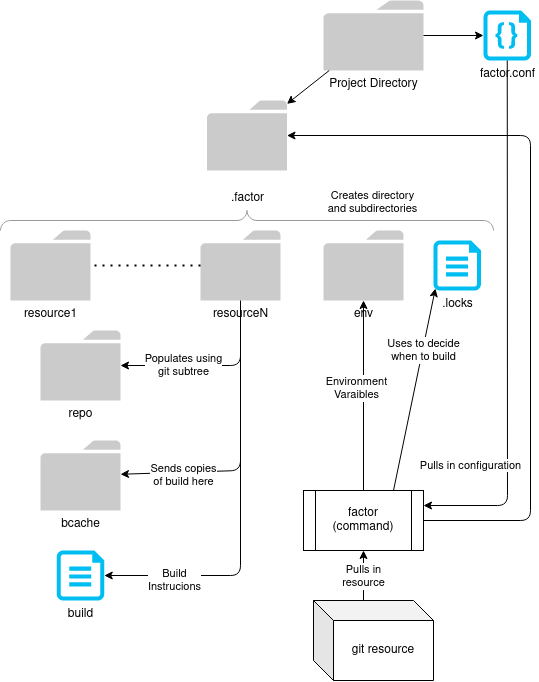
Above: factor.png in kodeschreiber/factor (draw.io), before the change. Source tidied: cells renumbered, new cells last; positions are measured from the earlier drawing's top-left corner, leaving out a move shared by most shapes.
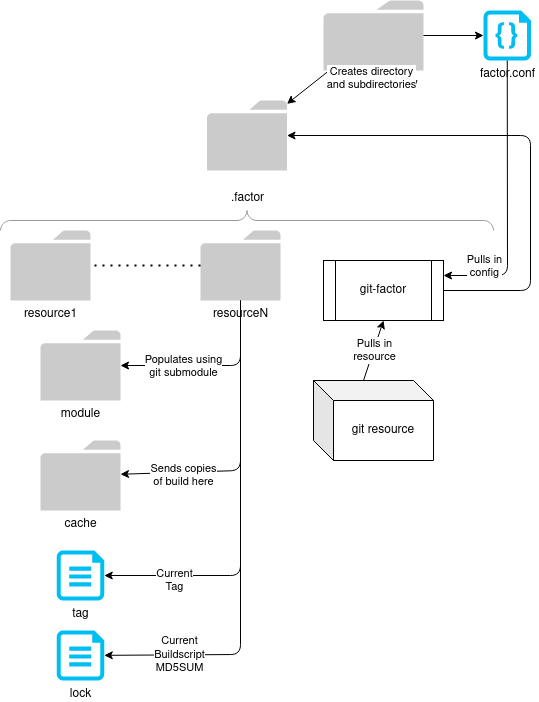
Later version of the same file.

What changed in the source:
```diff
@@ -9,7 +9,7 @@
         </Array>
       </mxGeometry>
     </mxCell>
-    <mxCell id="3" value="&lt;div&gt;Build&lt;/div&gt;&lt;div&gt;Instrucions&lt;br&gt;&lt;/div&gt;" style="edgeLabel;html=1;align=center;verticalAlign=middle;" parent="2" vertex="1">
+    <mxCell id="3" value="&lt;div&gt;Current&lt;/div&gt;&lt;div&gt;Tag&lt;br&gt;&lt;/div&gt;" style="edgeLabel;html=1;align=center;verticalAlign=middle;" parent="2" vertex="1">
       <mxGeometry x="0.35" y="1" relative="1" as="geometry">
         <mxPoint x="-64.7" y="3.6" as="offset" />
       </mxGeometry>
@@ -27,7 +27,7 @@
       </mxGeometry>
     </mxCell>
     <mxCell id="6" value="git resource" style="shape=cube;whiteSpace=wrap;html=1;boundedLbl=1;backgroundOutline=1;darkOpacity=0.05;darkOpacity2=0.1;" parent="1" vertex="1">
-      <mxGeometry x="313" y="600" width="120" height="80" as="geometry" />
+      <mxGeometry x="313" y="380" width="120" height="80" as="geometry" />
     </mxCell>
     <mxCell id="7" value="Project Directory" style="shadow=0;dashed=0;html=1;strokeColor=none;labelPosition=center;verticalLabelPosition=bottom;verticalAlign=top;outlineConnect=0;align=center;shape=mxgraph.office.concepts.folder;fillColor=#CCCBCB;" parent="1" vertex="1">
       <mxGeometry x="323" width="100" height="70" as="geometry" />
@@ -47,25 +47,25 @@
     <mxCell id="12" value="&lt;div&gt;Pulls in &lt;br&gt;&lt;/div&gt;&lt;div&gt;resource&lt;/div&gt;" style="edgeLabel;html=1;align=center;verticalAlign=middle;" parent="11" vertex="1">
       <mxGeometry relative="1" as="geometry" />
     </mxCell>
-    <mxCell id="13" value="factor (command)" style="shape=process;whiteSpace=wrap;html=1;backgroundOutline=1;" parent="1" vertex="1">
-      <mxGeometry x="303" y="490" width="120" height="60" as="geometry" />
+    <mxCell id="13" value="git-factor" style="shape=process;whiteSpace=wrap;html=1;backgroundOutline=1;" parent="1" vertex="1">
+      <mxGeometry x="323" y="260" width="120" height="60" as="geometry" />
     </mxCell>
     <mxCell id="14" style="endArrow=classic;html=1;entryX=1;entryY=0.25;entryDx=0;entryDy=0;exitX=0.5;exitY=1;exitDx=0;exitDy=0;exitPerimeter=0;" parent="1" edge="1" source="8" target="13">
       <mxGeometry relative="1" as="geometry">
         <Array as="points">
-          <mxPoint x="507" y="505" />
+          <mxPoint x="507" y="275" />
         </Array>
       </mxGeometry>
     </mxCell>
-    <mxCell id="15" value="Pulls in configuration" style="edgeLabel;html=1;align=center;verticalAlign=middle;" parent="14" vertex="1">
+    <mxCell id="15" value="&lt;div&gt;Pulls in &lt;br&gt;&lt;/div&gt;&lt;div&gt;config&lt;/div&gt;" style="edgeLabel;html=1;align=center;verticalAlign=middle;" parent="14" vertex="1">
       <mxGeometry relative="1" as="geometry">
-        <mxPoint x="-36.9" y="140.2" as="offset" />
+        <mxPoint x="-23.9" y="65.6" as="offset" />
       </mxGeometry>
     </mxCell>
     <mxCell id="16" style="endArrow=classic;html=1;exitX=1;exitY=0.5;exitDx=0;exitDy=0;" parent="1" edge="1" source="13" target="26">
       <mxGeometry relative="1" as="geometry">
         <Array as="points">
-          <mxPoint x="530" y="520" />
+          <mxPoint x="530" y="290" />
           <mxPoint x="530" y="135" />
         </Array>
       </mxGeometry>
@@ -75,7 +75,7 @@
         <mxPoint x="-158.5" y="-57.9" as="offset" />
       </mxGeometry>
     </mxCell>
-    <mxCell id="18" value="repo" style="shadow=0;dashed=0;html=1;strokeColor=none;labelPosition=center;verticalLabelPosition=bottom;verticalAlign=top;outlineConnect=0;align=center;shape=mxgraph.office.concepts.folder;fillColor=#CCCBCB;" parent="1" vertex="1">
+    <mxCell id="18" value="module" style="shadow=0;dashed=0;html=1;strokeColor=none;labelPosition=center;verticalLabelPosition=bottom;verticalAlign=top;outlineConnect=0;align=center;shape=mxgraph.office.concepts.folder;fillColor=#CCCBCB;" parent="1" vertex="1">
       <mxGeometry x="40" y="330" width="80" height="70" as="geometry" />
     </mxCell>
     <mxCell id="19" style="endArrow=classic;html=1;" parent="1" edge="1" source="28" target="18">
@@ -85,25 +85,14 @@
         </Array>
       </mxGeometry>
     </mxCell>
-    <mxCell id="20" value="&lt;div&gt;Populates using&lt;/div&gt;&lt;div&gt;git subtree&lt;br&gt;&lt;/div&gt;" style="edgeLabel;html=1;align=center;verticalAlign=middle;" parent="19" vertex="1">
+    <mxCell id="20" value="&lt;div&gt;Populates using&lt;/div&gt;&lt;div&gt;git submodule&lt;/div&gt;" style="edgeLabel;html=1;align=center;verticalAlign=middle;" parent="19" vertex="1">
       <mxGeometry x="0.14" y="-10" relative="1" as="geometry">
         <mxPoint x="-17" y="10" as="offset" />
       </mxGeometry>
     </mxCell>
-    <mxCell id="21" value="bcache" style="shadow=0;dashed=0;html=1;strokeColor=none;labelPosition=center;verticalLabelPosition=bottom;verticalAlign=top;outlineConnect=0;align=center;shape=mxgraph.office.concepts.folder;fillColor=#CCCBCB;" parent="1" vertex="1">
+    <mxCell id="21" value="cache" style="shadow=0;dashed=0;html=1;strokeColor=none;labelPosition=center;verticalLabelPosition=bottom;verticalAlign=top;outlineConnect=0;align=center;shape=mxgraph.office.concepts.folder;fillColor=#CCCBCB;" parent="1" vertex="1">
       <mxGeometry x="40" y="440" width="80" height="70" as="geometry" />
     </mxCell>
-    <mxCell id="22" value="env" style="shadow=0;dashed=0;html=1;strokeColor=none;labelPosition=center;verticalLabelPosition=bottom;verticalAlign=top;outlineConnect=0;align=center;shape=mxgraph.office.concepts.folder;fillColor=#CCCBCB;" parent="1" vertex="1">
-      <mxGeometry x="323" y="230" width="80" height="70" as="geometry" />
-    </mxCell>
-    <mxCell id="23" style="endArrow=classic;html=1;exitX=0.5;exitY=0;exitDx=0;exitDy=0;" parent="1" edge="1" source="13" target="22">
-      <mxGeometry relative="1" as="geometry" />
-    </mxCell>
-    <mxCell id="24" value="&lt;div&gt;Environment&lt;/div&gt;&lt;div&gt;Varaibles&lt;br&gt;&lt;/div&gt;" style="edgeLabel;html=1;align=center;verticalAlign=middle;" parent="23" vertex="1">
-      <mxGeometry x="0.32" y="-48" relative="1" as="geometry">
-        <mxPoint x="-55" y="23.6" as="offset" />
-      </mxGeometry>
-    </mxCell>
     <mxCell id="25" style="verticalLabelPosition=bottom;shadow=0;dashed=0;align=center;html=1;verticalAlign=top;strokeWidth=1;shape=mxgraph.mockup.markup.curlyBrace;strokeColor=#999999;" parent="1" vertex="1">
       <mxGeometry y="210" width="493" height="20" as="geometry" />
     </mxCell>
@@ -119,19 +108,21 @@
     <mxCell id="29" style="endArrow=none;dashed=1;html=1;dashPattern=1 3;strokeWidth=2;" parent="1" edge="1" source="28" target="27">
       <mxGeometry relative="1" as="geometry" />
     </mxCell>
-    <mxCell id="30" value="build" style="verticalLabelPosition=bottom;html=1;verticalAlign=top;align=center;strokeColor=none;fillColor=#00BEF2;shape=mxgraph.azure.cloud_services_configuration_file;" parent="1" vertex="1">
+    <mxCell id="30" value="tag" style="verticalLabelPosition=bottom;html=1;verticalAlign=top;align=center;strokeColor=none;fillColor=#00BEF2;shape=mxgraph.azure.cloud_services_configuration_file;" parent="1" vertex="1">
       <mxGeometry x="56.2" y="550" width="47.5" height="50" as="geometry" />
     </mxCell>
-    <mxCell id="31" value=".locks" style="verticalLabelPosition=bottom;html=1;verticalAlign=top;align=center;strokeColor=none;fillColor=#00BEF2;shape=mxgraph.azure.cloud_services_configuration_file;" parent="1" vertex="1">
-      <mxGeometry x="433" y="240" width="47.5" height="50" as="geometry" />
+    <mxCell id="31" value="lock" style="verticalLabelPosition=bottom;html=1;verticalAlign=top;align=center;strokeColor=none;fillColor=#00BEF2;shape=mxgraph.azure.cloud_services_configuration_file;" parent="1" vertex="1">
+      <mxGeometry x="56.2" y="630" width="47.5" height="50" as="geometry" />
     </mxCell>
-    <mxCell id="32" style="endArrow=classic;html=1;entryX=0.04;entryY=0.96;entryDx=0;entryDy=0;entryPerimeter=0;exitX=0.75;exitY=0;exitDx=0;exitDy=0;" parent="1" edge="1" source="13" target="31">
-      <mxGeometry relative="1" as="geometry" />
-    </mxCell>
-    <mxCell id="33" value="&lt;div&gt;Uses to decide&lt;/div&gt;&lt;div&gt;when to build&lt;br&gt;&lt;/div&gt;" style="edgeLabel;html=1;align=center;verticalAlign=middle;" parent="32" vertex="1">
-      <mxGeometry x="0.13" y="-1" relative="1" as="geometry">
-        <mxPoint x="5.3" y="-26.1" as="offset" />
-      </mxGeometry>
-    </mxCell>
+    <mxCell id="34" style="endArrow=classic;html=1;" parent="1" edge="1" source="28" target="31">
+      <mxGeometry relative="1" as="geometry">
+        <Array as="points">
+          <mxPoint x="240" y="654" />
+        </Array>
+      </mxGeometry>
+    </mxCell>
+    <mxCell id="35" value="&lt;div&gt;Current&lt;/div&gt;&lt;div&gt;Buildscript&lt;/div&gt;&lt;div&gt;MD5SUM&lt;br&gt;&lt;/div&gt;" style="edgeLabel;html=1;align=center;verticalAlign=middle;" parent="34" vertex="1">
+      <mxGeometry x="0.44" y="-62" relative="1" as="geometry" />
+    </mxCell>
   </root>
 </mxGraphModel>
```
